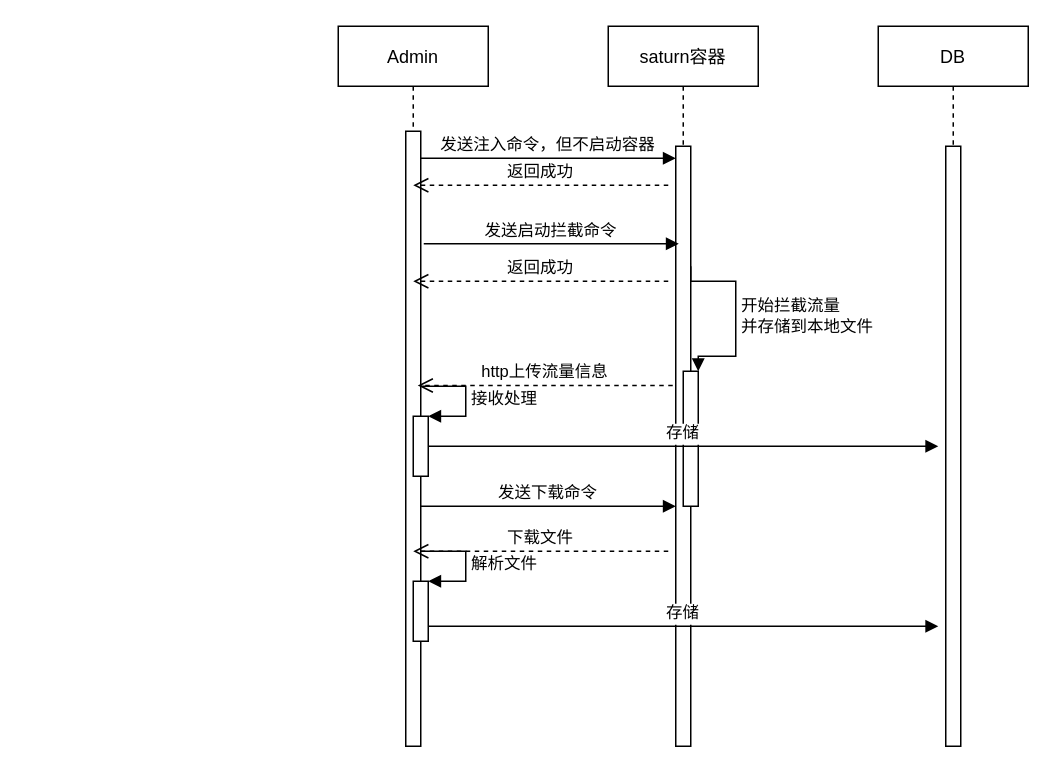
Before: cdn/组件数据校验.drawio in ganziwen/diagrams, a draw.io diagram. Source tidied: cells renumbered, new cells numbered last; positions are measured from the earlier drawing's top-left corner, leaving out a move shared by most shapes. Both pictures are drawn from the tidied source at 150%, with x=0, y=0 at pixel (338, 26).
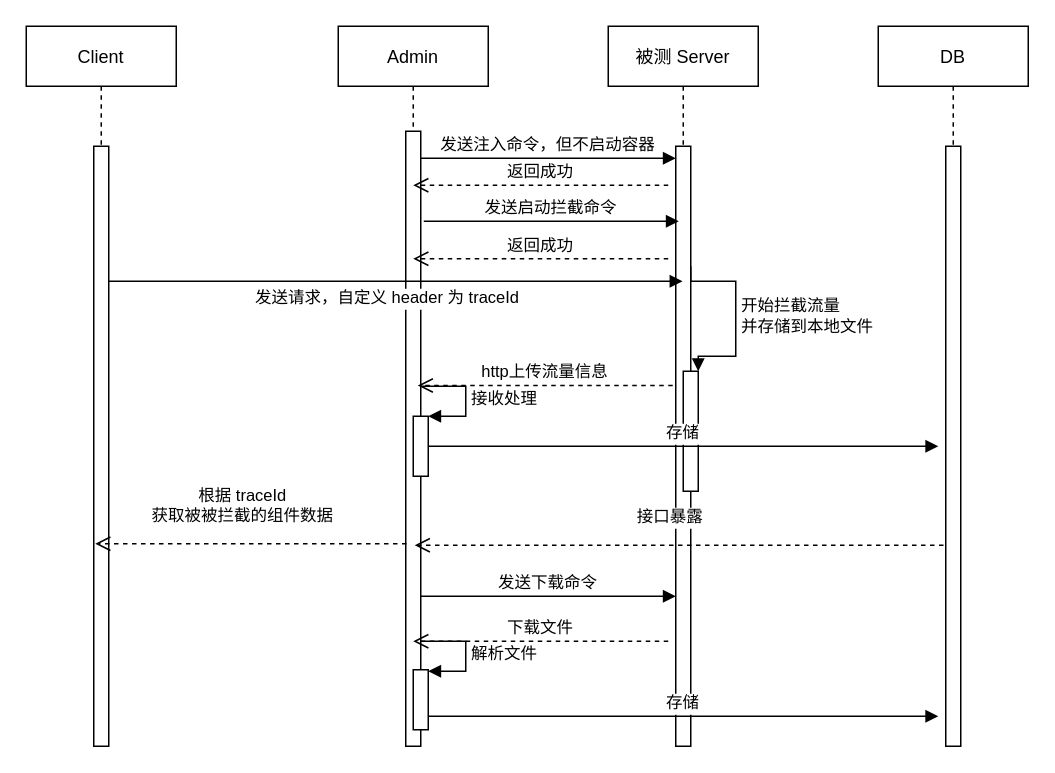
Above is the later version.

Commit message:
更新组件数据校验.drawio

The change refers to these unchanged cells:
```xml
<mxCell id="2" value="Admin" style="shape=umlLifeline;perimeter=lifelinePerimeter;rounded=0;shadow=0;strokeWidth=1;" parent="1" vertex="1">
  <mxGeometry width="100" height="480" as="geometry" />
</mxCell>
```

What changed in the source:
```diff
@@
     <mxCell id="4" style="html=1;points=[];perimeter=orthogonalPerimeter;" parent="2" vertex="1">
-      <mxGeometry x="50" y="370" width="10" height="40" as="geometry" />
+      <mxGeometry x="50" y="429" width="10" height="40" as="geometry" />
     </mxCell>
-    <mxCell id="5" value="解析文件" style="edgeStyle=orthogonalEdgeStyle;html=1;align=left;spacingLeft=2;endArrow=block;rounded=0;entryX=1;entryY=0;" parent="2" edge="1" target="4">
+    <mxCell id="5" value="解析文件" style="edgeStyle=orthogonalEdgeStyle;html=1;align=left;spacingLeft=2;endArrow=block;rounded=0;entryX=1;entryY=0;" parent="2" edge="1">
       <mxGeometry relative="1" as="geometry">
-        <mxPoint x="55" y="350" as="sourcePoint" />
+        <mxPoint x="55" y="410" as="sourcePoint" />
+        <mxPoint x="60" y="430" as="targetPoint" />
         <Array as="points">
-          <mxPoint x="85" y="350" />
+          <mxPoint x="85" y="410" />
         </Array>
       </mxGeometry>
     </mxCell>
@@
-    <mxCell id="8" value="saturn容器" style="shape=umlLifeline;perimeter=lifelinePerimeter;rounded=0;shadow=0;strokeWidth=1;" parent="1" vertex="1">
+    <mxCell id="8" value="被测 Server" style="shape=umlLifeline;perimeter=lifelinePerimeter;rounded=0;shadow=0;strokeWidth=1;" parent="1" vertex="1">
       <mxGeometry x="180" width="100" height="480" as="geometry" />
     </mxCell>
@@
     <mxCell id="10" style="html=1;points=[];perimeter=orthogonalPerimeter;" parent="8" vertex="1">
-      <mxGeometry x="50" y="230" width="10" height="90" as="geometry" />
+      <mxGeometry x="50" y="230" width="10" height="80" as="geometry" />
     </mxCell>
@@
+    <mxCell id="23" value="接口暴露" style="verticalAlign=bottom;endArrow=open;dashed=1;endSize=8;shadow=0;strokeWidth=1;" parent="8" edge="1">
+      <mxGeometry x="0.05" y="-10" relative="1" as="geometry">
+        <mxPoint x="229.5" y="346" as="sourcePoint" />
+        <mxPoint x="-129" y="346" as="targetPoint" />
+      </mxGeometry>
+    </mxCell>
@@
     <mxCell id="16" value="发送启动拦截命令" style="verticalAlign=bottom;endArrow=block;entryX=0;entryY=0;shadow=0;strokeWidth=1;" parent="1" edge="1">
       <mxGeometry relative="1" as="geometry">
-        <mxPoint x="57" y="145" as="sourcePoint" />
-        <mxPoint x="227" y="145" as="targetPoint" />
+        <mxPoint x="57" y="130" as="sourcePoint" />
+        <mxPoint x="227" y="130" as="targetPoint" />
       </mxGeometry>
     </mxCell>
     <mxCell id="17" value="返回成功" style="verticalAlign=bottom;endArrow=open;dashed=1;endSize=8;exitX=0;exitY=0.95;shadow=0;strokeWidth=1;" parent="1" edge="1">
       <mxGeometry relative="1" as="geometry">
-        <mxPoint x="220" y="170" as="sourcePoint" />
-        <mxPoint x="50" y="170" as="targetPoint" />
+        <mxPoint x="220" y="155" as="sourcePoint" />
+        <mxPoint x="50" y="155" as="targetPoint" />
       </mxGeometry>
     </mxCell>
     <mxCell id="18" value="发送下载命令" style="verticalAlign=bottom;endArrow=block;entryX=0;entryY=0;shadow=0;strokeWidth=1;" parent="1" edge="1">
       <mxGeometry relative="1" as="geometry">
-        <mxPoint x="55" y="320" as="sourcePoint" />
-        <mxPoint x="225" y="320" as="targetPoint" />
+        <mxPoint x="55" y="380" as="sourcePoint" />
+        <mxPoint x="225" y="380" as="targetPoint" />
       </mxGeometry>
     </mxCell>
     <mxCell id="19" value="下载文件" style="verticalAlign=bottom;endArrow=open;dashed=1;endSize=8;exitX=0;exitY=0.95;shadow=0;strokeWidth=1;" parent="1" edge="1">
       <mxGeometry relative="1" as="geometry">
-        <mxPoint x="220" y="350" as="sourcePoint" />
-        <mxPoint x="50" y="350" as="targetPoint" />
+        <mxPoint x="220" y="410" as="sourcePoint" />
+        <mxPoint x="50" y="410" as="targetPoint" />
       </mxGeometry>
     </mxCell>
-    <mxCell id="20" value="存储" style="verticalAlign=bottom;endArrow=block;shadow=0;strokeWidth=1;exitX=1;exitY=0.75;exitDx=0;exitDy=0;exitPerimeter=0;" parent="1" edge="1" source="4">
+    <mxCell id="20" value="存储" style="verticalAlign=bottom;endArrow=block;shadow=0;strokeWidth=1;exitX=1;exitY=0.75;exitDx=0;exitDy=0;exitPerimeter=0;" parent="1" edge="1">
       <mxGeometry relative="1" as="geometry">
-        <mxPoint x="400" y="400" as="targetPoint" />
+        <mxPoint x="60" y="460" as="sourcePoint" />
+        <mxPoint x="400" y="460" as="targetPoint" />
       </mxGeometry>
     </mxCell>
@@
+    <mxCell id="24" value="Client" style="shape=umlLifeline;perimeter=lifelinePerimeter;rounded=0;shadow=0;strokeWidth=1;" parent="1" vertex="1">
+      <mxGeometry x="-208" width="100" height="480" as="geometry" />
+    </mxCell>
+    <mxCell id="25" style="perimeter=orthogonalPerimeter;rounded=0;shadow=0;strokeWidth=1;" parent="24" vertex="1">
+      <mxGeometry x="45" y="80" width="10" height="400" as="geometry" />
+    </mxCell>
+    <mxCell id="26" value="发送请求，自定义 header 为 traceId" style="verticalAlign=bottom;endArrow=block;shadow=0;strokeWidth=1;" parent="24" edge="1" target="8">
+      <mxGeometry x="-0.03" y="-20" relative="1" as="geometry">
+        <mxPoint x="55" y="170" as="sourcePoint" />
+      </mxGeometry>
+    </mxCell>
+    <mxCell id="27" value="根据 traceId&#10;获取被被拦截的组件数据" style="verticalAlign=bottom;endArrow=open;dashed=1;endSize=8;shadow=0;strokeWidth=1;" parent="1" edge="1">
+      <mxGeometry x="0.05" y="-10" relative="1" as="geometry">
+        <mxPoint x="45.5" y="345" as="sourcePoint" />
+        <mxPoint x="-162" y="345" as="targetPoint" />
+      </mxGeometry>
+    </mxCell>
```
